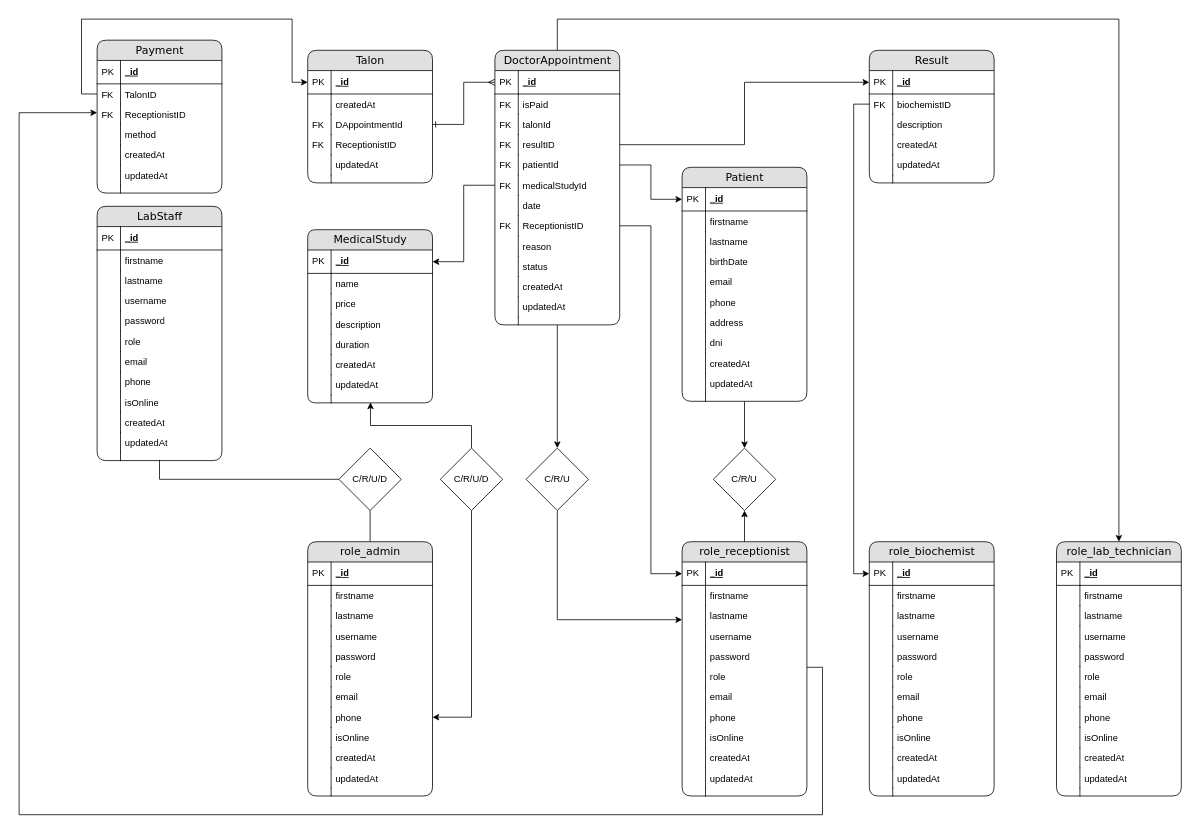
The draw.io diagram driagrama entidad relacion.drawio in EmanuelRigo/lab-patient-system, before the edit. Source tidied: cells renumbered, new cells numbered last; positions are measured from the earlier drawing's top-left corner, leaving out a move shared by most shapes. Both pictures are drawn from the tidied source at 78%, with x=0, y=0 at pixel (19, 19).
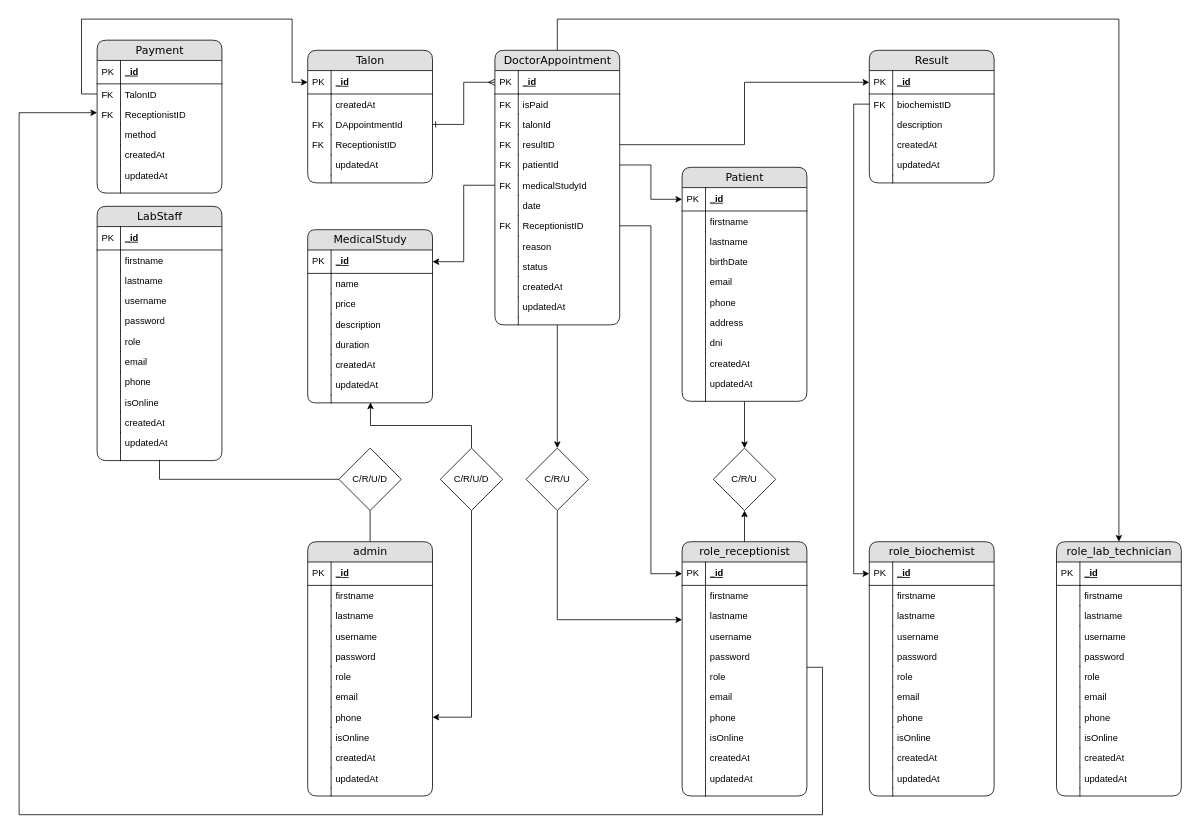
The same diagram, later.

Diff of the diagram source:
```diff
@@
-    <mxCell id="3" value="role_admin" style="swimlane;html=1;fontStyle=0;horizontal=1;startSize=26;fillColor=#e0e0e0;swimlaneFillColor=#ffffff;align=center;rounded=1;shadow=0;comic=0;labelBackgroundColor=none;strokeWidth=1;fontFamily=Verdana;fontSize=14;gradientColor=none;" parent="1" vertex="1">
+    <mxCell id="3" value="admin" style="swimlane;html=1;fontStyle=0;horizontal=1;startSize=26;fillColor=#e0e0e0;swimlaneFillColor=#ffffff;align=center;rounded=1;shadow=0;comic=0;labelBackgroundColor=none;strokeWidth=1;fontFamily=Verdana;fontSize=14;gradientColor=none;" parent="1" vertex="1">
       <mxGeometry x="370" y="670" width="160" height="326" as="geometry" />
     </mxCell>
```
